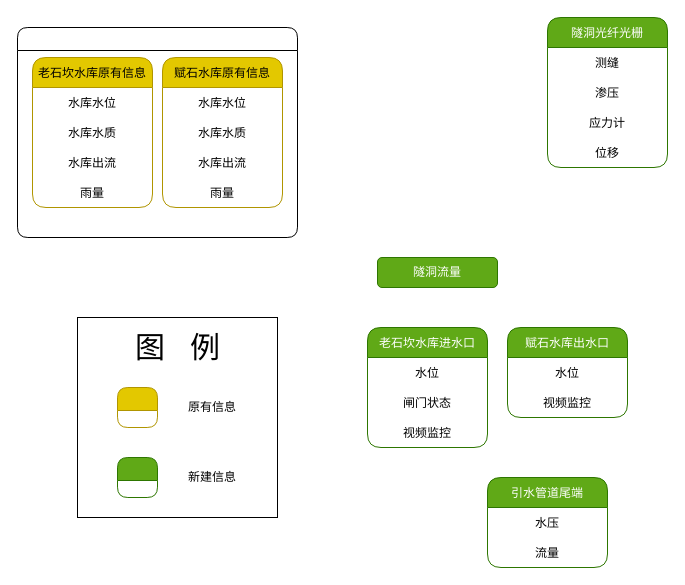
Vincentdu-cn/ha_modified_components keeps this draw.io diagram as page "工程集控中心" (4 of 4) of 安吉两库引水工程.drawio. Above is the earlier version. Source tidied: cells renumbered, new cells numbered last; positions are measured from the earlier drawing's top-left corner, leaving out a move shared by most shapes. Both pictures are drawn from the tidied source at 100%, with x=0, y=0 at pixel (17, 17).
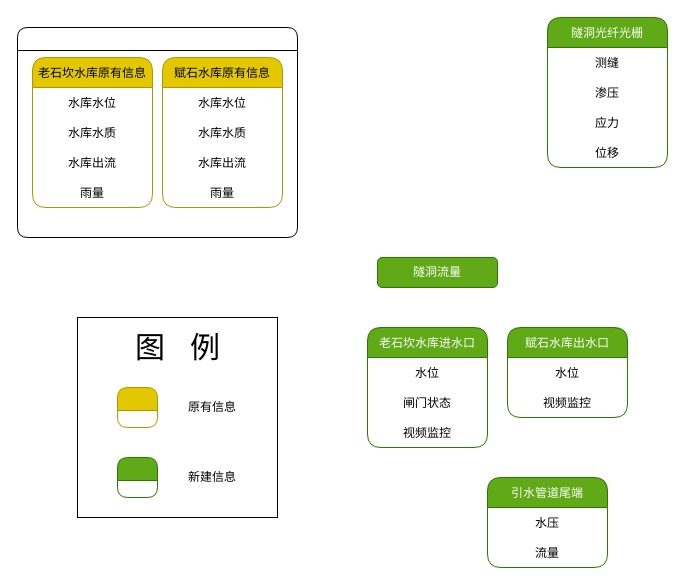
The same diagram, later.

Commit message:
更新安吉两库引水工程.drawio

The change refers to these unchanged cells:
```xml
<mxCell id="3" value="隧洞光纤光栅" style="swimlane;fontStyle=0;horizontal=1;startSize=30;hachureGap=4;fillColor=#60a917;strokeColor=#2D7600;fontColor=#ffffff;rounded=1;align=center;verticalAlign=middle;" parent="1" vertex="1">
  <mxGeometry x="530" width="120" height="150" as="geometry" />
</mxCell>
```

The edit, as a diff of the source:
```diff
@@
-    <mxCell id="6" value="应力计" style="text;strokeColor=none;fillColor=none;align=center;verticalAlign=middle;spacingLeft=4;spacingRight=4;overflow=hidden;" parent="3" vertex="1">
+    <mxCell id="6" value="应力" style="text;strokeColor=none;fillColor=none;align=center;verticalAlign=middle;spacingLeft=4;spacingRight=4;overflow=hidden;" parent="3" vertex="1">
       <mxGeometry y="90" width="120" height="30" as="geometry" />
     </mxCell>
```
